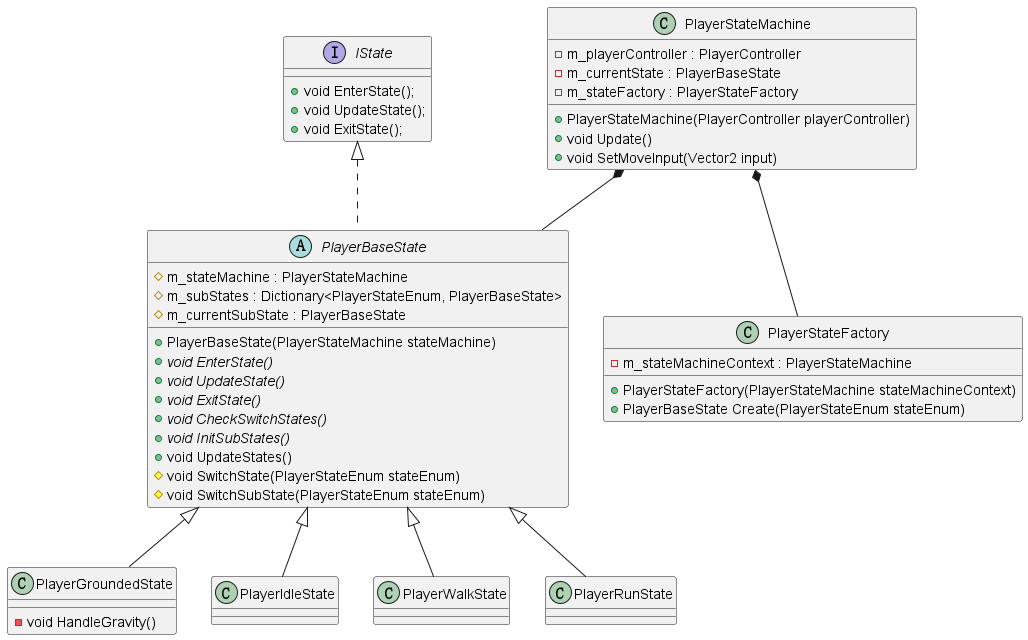
This is Documents/StateMachine.png from Jerryym/EchoKnight, a PlantUML export, as it was before one commit. Source of this version:
```plantuml
@startuml StateMachine

class PlayerStateMachine {
	- m_playerController : PlayerController
	- m_currentState : PlayerBaseState
	- m_stateFactory : PlayerStateFactory

	+ PlayerStateMachine(PlayerController playerController)
	+ void Update()
	+ void SetMoveInput(Vector2 input)
}

interface IState {
	+ void EnterState();
	+ void UpdateState();
	+ void ExitState();
}

abstract class PlayerBaseState implements IState {
	# m_stateMachine : PlayerStateMachine
	# m_subStates : Dictionary<PlayerStateEnum, PlayerBaseState>
	# m_currentSubState : PlayerBaseState

	+ PlayerBaseState(PlayerStateMachine stateMachine)
	+ {abstract} void EnterState()
	+ {abstract} void UpdateState()
	+ {abstract} void ExitState()
	+ {abstract} void CheckSwitchStates()
	+ {abstract} void InitSubStates()
	+ void UpdateStates()
	# void SwitchState(PlayerStateEnum stateEnum)
	# void SwitchSubState(PlayerStateEnum stateEnum)
}

class PlayerGroundedState extends PlayerBaseState {
	- void HandleGravity()
}

class PlayerIdleState extends PlayerBaseState {
}

class PlayerWalkState extends PlayerBaseState {
}

class PlayerRunState extends PlayerBaseState {
}

class PlayerStateFactory {
	- m_stateMachineContext : PlayerStateMachine

	+ PlayerStateFactory(PlayerStateMachine stateMachineContext)
	+ PlayerBaseState Create(PlayerStateEnum stateEnum)
}

PlayerStateMachine *-- PlayerBaseState
PlayerStateMachine *-- PlayerStateFactory
@enduml
```
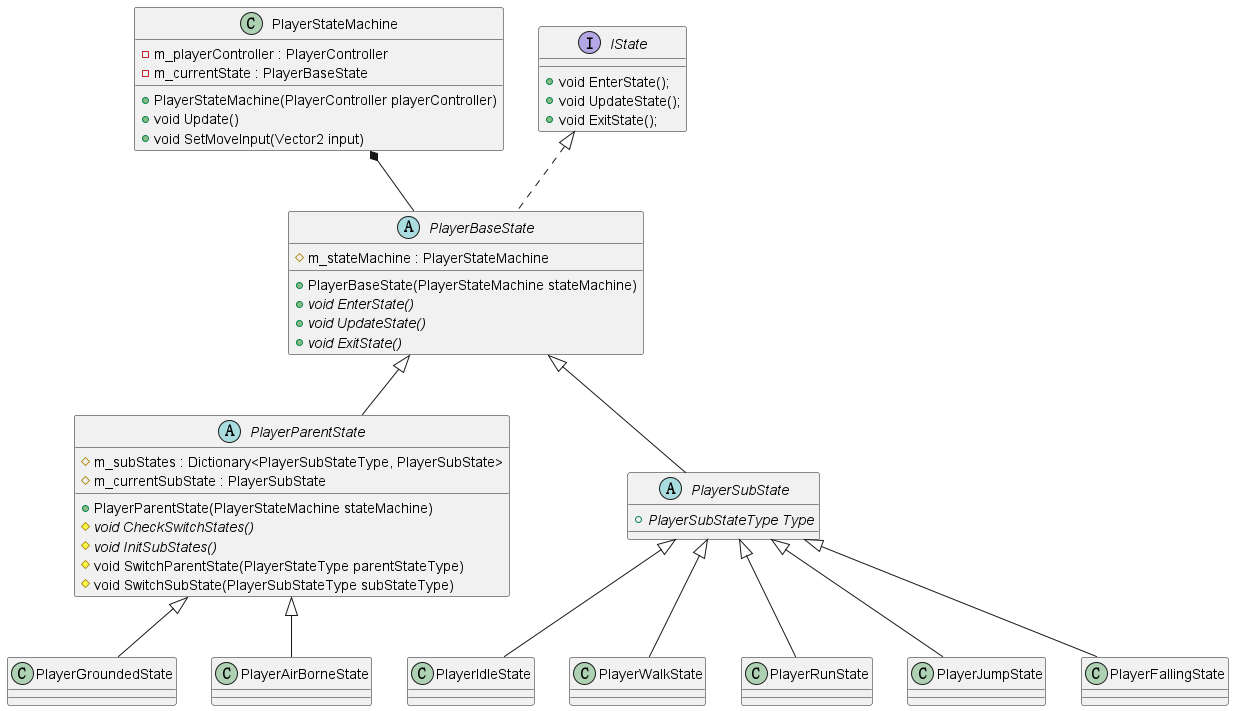
After the commit.

Commit message:
更新了玩家状态机的思维导图

Diff of the diagram source:
```diff
@@ -3,7 +3,6 @@
 class PlayerStateMachine {
 	- m_playerController : PlayerController
 	- m_currentState : PlayerBaseState
-	- m_stateFactory : PlayerStateFactory
 
 	+ PlayerStateMachine(PlayerController playerController)
 	+ void Update()
@@ -18,40 +17,48 @@
 
 abstract class PlayerBaseState implements IState {
 	# m_stateMachine : PlayerStateMachine
-	# m_subStates : Dictionary<PlayerStateEnum, PlayerBaseState>
-	# m_currentSubState : PlayerBaseState
 
 	+ PlayerBaseState(PlayerStateMachine stateMachine)
 	+ {abstract} void EnterState()
 	+ {abstract} void UpdateState()
 	+ {abstract} void ExitState()
-	+ {abstract} void CheckSwitchStates()
-	+ {abstract} void InitSubStates()
-	+ void UpdateStates()
-	# void SwitchState(PlayerStateEnum stateEnum)
-	# void SwitchSubState(PlayerStateEnum stateEnum)
 }
 
-class PlayerGroundedState extends PlayerBaseState {
-	- void HandleGravity()
+abstract class PlayerParentState extends PlayerBaseState {
+	# m_subStates : Dictionary<PlayerSubStateType, PlayerSubState>
+	# m_currentSubState : PlayerSubState
+
+	+ PlayerParentState(PlayerStateMachine stateMachine)
+	# {abstract} void CheckSwitchStates()
+	# {abstract} void InitSubStates()
+	# void SwitchParentState(PlayerStateType parentStateType)
+	# void SwitchSubState(PlayerSubStateType subStateType)
 }
 
-class PlayerIdleState extends PlayerBaseState {
+abstract class PlayerSubState extends PlayerBaseState {
+	+ {abstract} PlayerSubStateType Type
 }
 
-class PlayerWalkState extends PlayerBaseState {
+class PlayerGroundedState extends PlayerParentState {
 }
 
-class PlayerRunState extends PlayerBaseState {
+class PlayerIdleState extends PlayerSubState {
 }
 
-class PlayerStateFactory {
-	- m_stateMachineContext : PlayerStateMachine
+class PlayerWalkState extends PlayerSubState {
+}
 
-	+ PlayerStateFactory(PlayerStateMachine stateMachineContext)
-	+ PlayerBaseState Create(PlayerStateEnum stateEnum)
+class PlayerRunState extends PlayerSubState {
+}
+
+class PlayerAirBorneState extends PlayerParentState {
+}
+
+class PlayerJumpState extends PlayerSubState {
+}
+
+class PlayerFallingState extends PlayerSubState {
 }
 
 PlayerStateMachine *-- PlayerBaseState
-PlayerStateMachine *-- PlayerStateFactory
 @enduml
```
